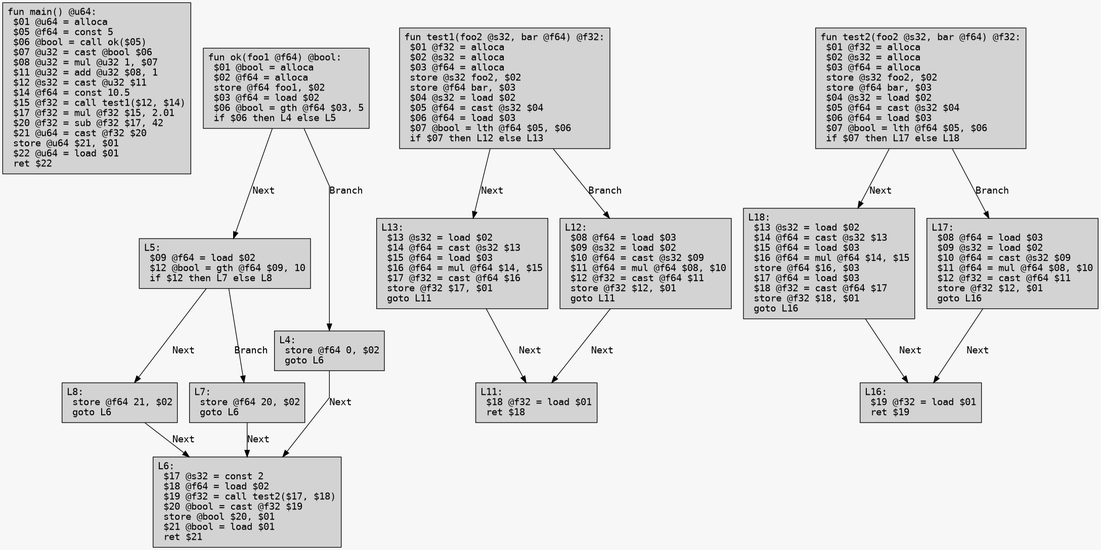
The Graphviz diagram example/test_opt.png in Excse/arkoi_language, before a commit. Its source is kept beside it as example/test_opt.dot.
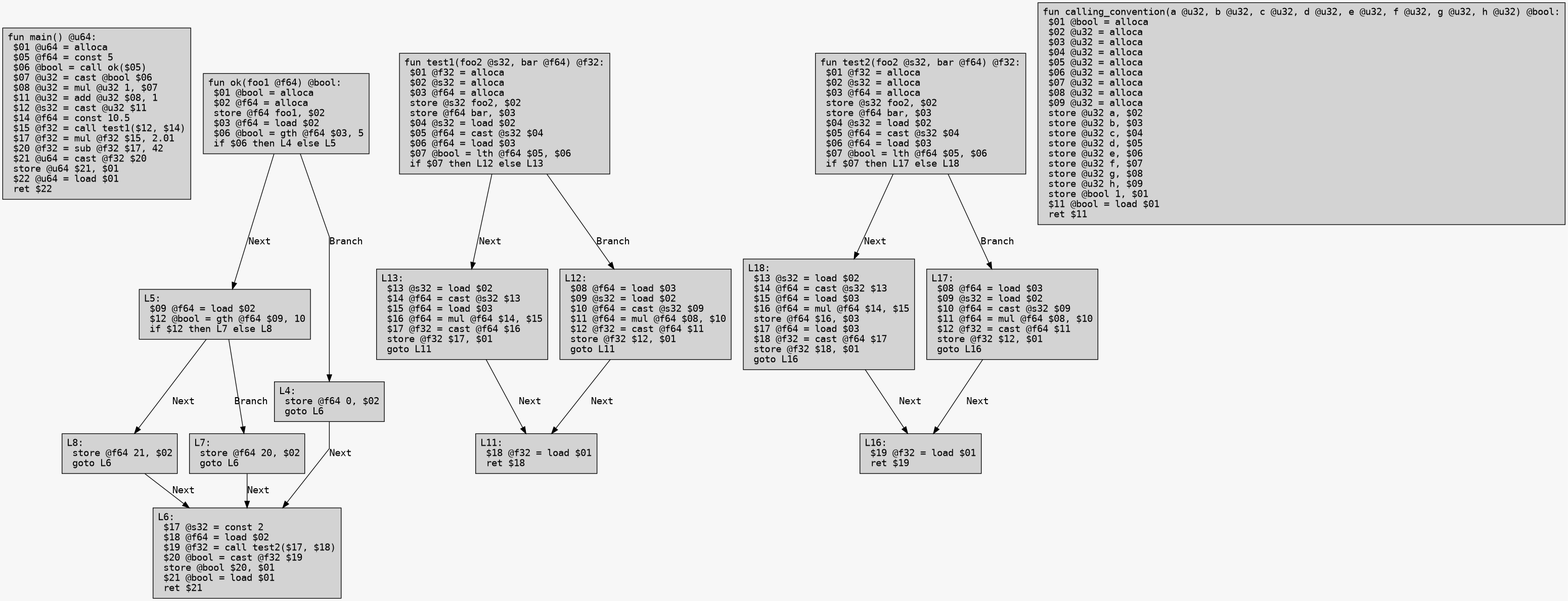
After the commit.

What changed in the source:
```diff
@@ -35,4 +35,5 @@
 	L17 [label="L17:\l $08 @f64 = load $03\l $09 @s32 = load $02\l $10 @f64 = cast @s32 $09\l $11 @f64 = mul @f64 $08, $10\l $12 @f32 = cast @f64 $11\l store @f32 $12, $01\l goto L16\l"];
 	L17 -> L16 [label="Next"];
 	L16 [label="L16:\l $19 @f32 = load $01\l ret $19\l"];
+	L20 [label="fun calling_convention(a @u32, b @u32, c @u32, d @u32, e @u32, f @u32, g @u32, h @u32) @bool:\l $01 @bool = alloca\l $02 @u32 = alloca\l $03 @u32 = alloca\l $04 @u32 = alloca\l $05 @u32 = alloca\l $06 @u32 = alloca\l $07 @u32 = alloca\l $08 @u32 = alloca\l $09 @u32 = alloca\l store @u32 a, $02\l store @u32 b, $03\l store @u32 c, $04\l store @u32 d, $05\l store @u32 e, $06\l store @u32 f, $07\l store @u32 g, $08\l store @u32 h, $09\l store @bool 1, $01\l $11 @bool = load $01\l ret $11\l"];
 }
```
